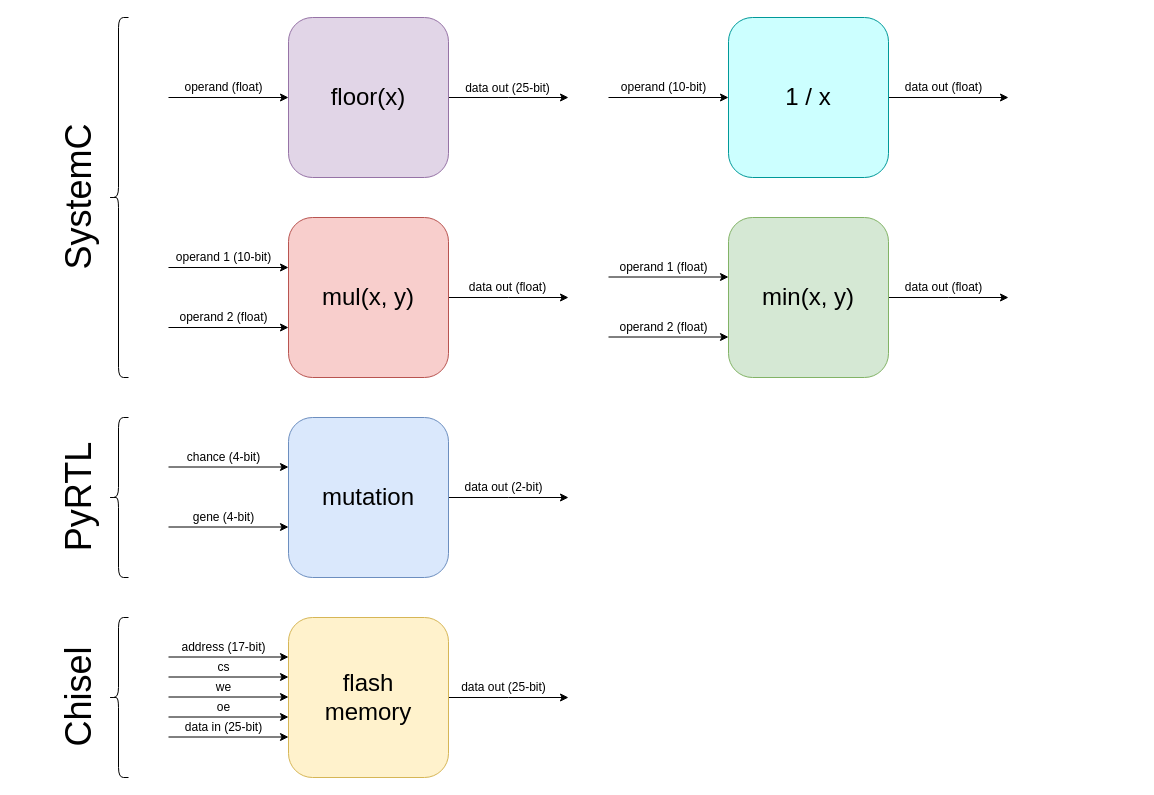
The draw.io diagram docs/diagrams/modules.drawio in ribbas/epidemic-sim, before the edit. Source tidied: cells renumbered, new cells numbered last; positions are measured from the earlier drawing's top-left corner, leaving out a move shared by most shapes. Both pictures are drawn from the tidied source at 100%, with x=0, y=0 at pixel (-2, 17).
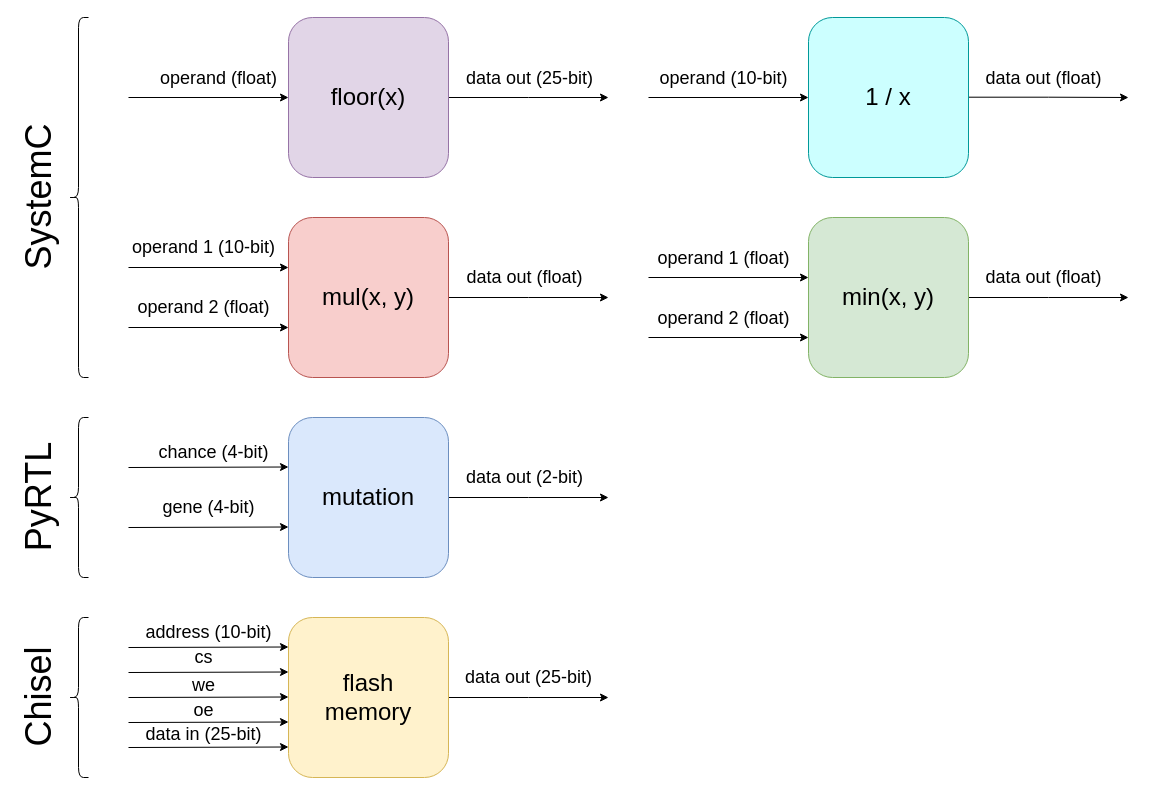
The same diagram, later.

Commit message (it also covers changes not shown here):
update module and data flow diagrams

The change refers to these unchanged cells:
```xml
<mxCell id="3" value="&lt;font style=&quot;font-size: 24px&quot;&gt;floor(x)&lt;/font&gt;" style="rounded=1;whiteSpace=wrap;html=1;fillColor=#e1d5e7;strokeColor=#9673a6;" parent="1" vertex="1">
  <mxGeometry x="290" width="160" height="160" as="geometry" />
</mxCell>
<mxCell id="8" value="&lt;font style=&quot;font-size: 24px&quot;&gt;mul(x, y)&lt;/font&gt;" style="rounded=1;whiteSpace=wrap;html=1;fillColor=#f8cecc;strokeColor=#b85450;" parent="1" vertex="1">
  <mxGeometry x="290" y="200" width="160" height="160" as="geometry" />
</mxCell>
<mxCell id="10" value="&lt;font style=&quot;font-size: 24px&quot;&gt;mutation&lt;/font&gt;" style="rounded=1;whiteSpace=wrap;html=1;fillColor=#dae8fc;strokeColor=#6c8ebf;" parent="1" vertex="1">
  <mxGeometry x="290" y="400" width="160" height="160" as="geometry" />
</mxCell>
<mxCell id="12" value="&lt;font&gt;&lt;font style=&quot;font-size: 24px&quot;&gt;flash&lt;br&gt;memory&lt;/font&gt;&lt;br&gt;&lt;/font&gt;" style="rounded=1;whiteSpace=wrap;html=1;fillColor=#fff2cc;strokeColor=#d6b656;" parent="1" vertex="1">
  <mxGeometry x="290" y="600" width="160" height="160" as="geometry" />
</mxCell>
```

Change to the diagram source:
```diff
@@
-    <mxCell id="2" style="edgeStyle=orthogonalEdgeStyle;rounded=0;jettySize=auto;html=1;exitX=1;exitY=0.5;exitDx=0;exitDy=0;" parent="1" edge="1" source="3">
+    <mxCell id="2" style="edgeStyle=orthogonalEdgeStyle;rounded=0;jettySize=auto;html=1;exitX=1;exitY=0.5;exitDx=0;exitDy=0;fontSize=18;" parent="1" edge="1" source="3">
       <mxGeometry relative="1" as="geometry">
-        <mxPoint x="570" y="80" as="targetPoint" />
+        <mxPoint x="610" y="80" as="targetPoint" />
       </mxGeometry>
     </mxCell>
@@
-    <mxCell id="4" style="edgeStyle=orthogonalEdgeStyle;rounded=0;orthogonalLoop=1;jettySize=auto;html=1;exitX=1;exitY=0.5;exitDx=0;exitDy=0;" parent="1" edge="1">
+    <mxCell id="4" style="edgeStyle=orthogonalEdgeStyle;rounded=0;orthogonalLoop=1;jettySize=auto;html=1;exitX=1;exitY=0.5;exitDx=0;exitDy=0;fontSize=18;" parent="1" edge="1">
       <mxGeometry relative="1" as="geometry">
-        <mxPoint x="890" y="80" as="sourcePoint" />
-        <mxPoint x="1010" y="80" as="targetPoint" />
+        <mxPoint x="970" y="79.7" as="sourcePoint" />
+        <mxPoint x="1130" y="80" as="targetPoint" />
+        <Array as="points">
+          <mxPoint x="1050" y="80" />
+          <mxPoint x="1130" y="80" />
+        </Array>
       </mxGeometry>
     </mxCell>
-    <mxCell id="5" style="edgeStyle=orthogonalEdgeStyle;rounded=0;jettySize=auto;html=1;exitX=1;exitY=0.5;exitDx=0;exitDy=0;" parent="1" edge="1" source="6">
+    <mxCell id="5" style="edgeStyle=orthogonalEdgeStyle;rounded=0;jettySize=auto;html=1;exitX=1;exitY=0.5;exitDx=0;exitDy=0;fontSize=18;" parent="1" edge="1" source="6">
       <mxGeometry relative="1" as="geometry">
-        <mxPoint x="1010" y="280" as="targetPoint" />
+        <mxPoint x="1130" y="280" as="targetPoint" />
       </mxGeometry>
     </mxCell>
     <mxCell id="6" value="&lt;font style=&quot;font-size: 24px&quot;&gt;min(x, y)&lt;/font&gt;" style="rounded=1;whiteSpace=wrap;html=1;fillColor=#d5e8d4;strokeColor=#82b366;" parent="1" vertex="1">
-      <mxGeometry x="730" y="200" width="160" height="160" as="geometry" />
+      <mxGeometry x="810" y="200" width="160" height="160" as="geometry" />
     </mxCell>
-    <mxCell id="7" style="edgeStyle=orthogonalEdgeStyle;rounded=0;jettySize=auto;html=1;exitX=1;exitY=0.5;exitDx=0;exitDy=0;" parent="1" edge="1" source="8">
+    <mxCell id="7" style="edgeStyle=orthogonalEdgeStyle;rounded=0;jettySize=auto;html=1;exitX=1;exitY=0.5;exitDx=0;exitDy=0;fontSize=18;" parent="1" edge="1" source="8">
       <mxGeometry relative="1" as="geometry">
-        <mxPoint x="570" y="280" as="targetPoint" />
+        <mxPoint x="610" y="280" as="targetPoint" />
       </mxGeometry>
     </mxCell>
@@
-    <mxCell id="9" style="edgeStyle=orthogonalEdgeStyle;rounded=0;jettySize=auto;html=1;exitX=1;exitY=0.5;exitDx=0;exitDy=0;" parent="1" edge="1" source="10">
+    <mxCell id="9" style="edgeStyle=orthogonalEdgeStyle;rounded=0;jettySize=auto;html=1;exitX=1;exitY=0.5;exitDx=0;exitDy=0;fontSize=18;" parent="1" edge="1" source="10">
       <mxGeometry relative="1" as="geometry">
-        <mxPoint x="570" y="480" as="targetPoint" />
+        <mxPoint x="610" y="480" as="targetPoint" />
       </mxGeometry>
     </mxCell>
@@
-    <mxCell id="11" style="edgeStyle=orthogonalEdgeStyle;rounded=0;jettySize=auto;html=1;exitX=1;exitY=0.5;exitDx=0;exitDy=0;" parent="1" edge="1" source="12">
+    <mxCell id="11" style="edgeStyle=orthogonalEdgeStyle;rounded=0;jettySize=auto;html=1;exitX=1;exitY=0.5;exitDx=0;exitDy=0;fontSize=18;" parent="1" edge="1" source="12">
       <mxGeometry relative="1" as="geometry">
-        <mxPoint x="570" y="680" as="targetPoint" />
+        <mxPoint x="610" y="680" as="targetPoint" />
       </mxGeometry>
     </mxCell>
@@
-    <mxCell id="13" style="endArrow=classic;html=1;entryX=0;entryY=0.5;entryDx=0;entryDy=0;" parent="1" edge="1" target="3">
+    <mxCell id="13" style="endArrow=classic;html=1;entryX=0;entryY=0.5;entryDx=0;entryDy=0;fontSize=18;" parent="1" edge="1" target="3">
       <mxGeometry relative="1" as="geometry">
-        <mxPoint x="170" y="80" as="sourcePoint" />
+        <mxPoint x="130" y="80" as="sourcePoint" />
       </mxGeometry>
     </mxCell>
-    <mxCell id="14" value="operand (float)" style="text;html=1;align=center;verticalAlign=middle;" parent="1" vertex="1">
-      <mxGeometry x="180" y="60" width="90" height="20" as="geometry" />
+    <mxCell id="14" value="operand (float)" style="text;html=1;align=center;verticalAlign=middle;fontSize=18;" parent="1" vertex="1">
+      <mxGeometry x="155" y="46" width="130" height="30" as="geometry" />
     </mxCell>
-    <mxCell id="15" value="data out (25-bit)" style="text;html=1;align=center;verticalAlign=middle;" parent="1" vertex="1">
-      <mxGeometry x="459" y="61" width="100" height="20" as="geometry" />
+    <mxCell id="15" value="data out (25-bit)" style="text;html=1;align=center;verticalAlign=middle;fontSize=18;" parent="1" vertex="1">
+      <mxGeometry x="461" y="46" width="140" height="30" as="geometry" />
     </mxCell>
-    <mxCell id="16" style="endArrow=classic;html=1;entryX=0;entryY=0.5;entryDx=0;entryDy=0;" parent="1" edge="1">
+    <mxCell id="16" style="endArrow=classic;html=1;entryX=0;entryY=0.5;entryDx=0;entryDy=0;fontSize=18;" parent="1" edge="1">
       <mxGeometry relative="1" as="geometry">
-        <mxPoint x="170" y="250" as="sourcePoint" />
+        <mxPoint x="130" y="250" as="sourcePoint" />
         <mxPoint x="290" y="250" as="targetPoint" />
       </mxGeometry>
     </mxCell>
-    <mxCell id="17" value="operand 1 (10-bit)" style="text;html=1;align=center;verticalAlign=middle;" parent="1" vertex="1">
-      <mxGeometry x="170" y="230" width="110" height="20" as="geometry" />
+    <mxCell id="17" value="operand 1 (10-bit)" style="text;html=1;align=center;verticalAlign=middle;fontSize=18;" parent="1" vertex="1">
+      <mxGeometry x="125" y="215" width="160" height="30" as="geometry" />
     </mxCell>
-    <mxCell id="18" style="endArrow=classic;html=1;entryX=0;entryY=0.5;entryDx=0;entryDy=0;" parent="1" edge="1">
+    <mxCell id="18" style="endArrow=classic;html=1;entryX=0;entryY=0.5;entryDx=0;entryDy=0;fontSize=18;" parent="1" edge="1">
       <mxGeometry relative="1" as="geometry">
-        <mxPoint x="170" y="310" as="sourcePoint" />
+        <mxPoint x="130" y="310" as="sourcePoint" />
         <mxPoint x="290" y="310" as="targetPoint" />
       </mxGeometry>
     </mxCell>
-    <mxCell id="19" value="operand 2 (float)" style="text;html=1;align=center;verticalAlign=middle;" parent="1" vertex="1">
-      <mxGeometry x="175" y="290" width="100" height="20" as="geometry" />
+    <mxCell id="19" value="operand 2 (float)" style="text;html=1;align=center;verticalAlign=middle;fontSize=18;" parent="1" vertex="1">
+      <mxGeometry x="130" y="275" width="150" height="30" as="geometry" />
     </mxCell>
-    <mxCell id="20" value="data out (float)" style="text;html=1;align=center;verticalAlign=middle;" parent="1" vertex="1">
-      <mxGeometry x="464" y="260" width="90" height="20" as="geometry" />
+    <mxCell id="20" value="data out (float)" style="text;html=1;align=center;verticalAlign=middle;fontSize=18;" parent="1" vertex="1">
+      <mxGeometry x="461" y="245" width="130" height="30" as="geometry" />
     </mxCell>
-    <mxCell id="21" style="endArrow=classic;html=1;entryX=0;entryY=0.5;entryDx=0;entryDy=0;" parent="1" edge="1">
+    <mxCell id="21" style="endArrow=classic;html=1;fontSize=18;" parent="1" edge="1">
       <mxGeometry relative="1" as="geometry">
-        <mxPoint x="610" y="259.5" as="sourcePoint" />
-        <mxPoint x="730" y="259.5" as="targetPoint" />
+        <mxPoint x="650" y="260" as="sourcePoint" />
+        <mxPoint x="810" y="260" as="targetPoint" />
       </mxGeometry>
     </mxCell>
-    <mxCell id="22" value="operand 1 (float)" style="text;html=1;align=center;verticalAlign=middle;" parent="1" vertex="1">
-      <mxGeometry x="615" y="239.5" width="100" height="20" as="geometry" />
+    <mxCell id="22" value="operand 1 (float)" style="text;html=1;align=center;verticalAlign=middle;fontSize=18;" parent="1" vertex="1">
+      <mxGeometry x="650" y="225.5" width="150" height="30" as="geometry" />
     </mxCell>
-    <mxCell id="23" style="endArrow=classic;html=1;entryX=0;entryY=0.5;entryDx=0;entryDy=0;" parent="1" edge="1">
+    <mxCell id="23" style="endArrow=classic;html=1;fontSize=18;" parent="1" edge="1">
       <mxGeometry relative="1" as="geometry">
-        <mxPoint x="610" y="319.5" as="sourcePoint" />
-        <mxPoint x="730" y="319.5" as="targetPoint" />
+        <mxPoint x="650" y="320" as="sourcePoint" />
+        <mxPoint x="810" y="320" as="targetPoint" />
       </mxGeometry>
     </mxCell>
-    <mxCell id="24" value="operand 2 (float)" style="text;html=1;align=center;verticalAlign=middle;" parent="1" vertex="1">
-      <mxGeometry x="615" y="299.5" width="100" height="20" as="geometry" />
+    <mxCell id="24" value="operand 2 (float)" style="text;html=1;align=center;verticalAlign=middle;fontSize=18;" parent="1" vertex="1">
+      <mxGeometry x="650" y="285.5" width="150" height="30" as="geometry" />
     </mxCell>
-    <mxCell id="25" style="endArrow=classic;html=1;entryX=0;entryY=0.5;entryDx=0;entryDy=0;" parent="1" edge="1">
+    <mxCell id="25" style="endArrow=classic;html=1;entryX=0;entryY=0.5;entryDx=0;entryDy=0;fontSize=18;" parent="1" edge="1" target="45">
       <mxGeometry relative="1" as="geometry">
-        <mxPoint x="610" y="80" as="sourcePoint" />
-        <mxPoint x="730" y="80" as="targetPoint" />
+        <mxPoint x="650" y="80" as="sourcePoint" />
       </mxGeometry>
     </mxCell>
-    <mxCell id="26" value="operand (10-bit)" style="text;html=1;align=center;verticalAlign=middle;" parent="1" vertex="1">
-      <mxGeometry x="615" y="60" width="100" height="20" as="geometry" />
+    <mxCell id="26" value="operand (10-bit)" style="text;html=1;align=center;verticalAlign=middle;fontSize=18;" parent="1" vertex="1">
+      <mxGeometry x="655" y="46" width="140" height="30" as="geometry" />
     </mxCell>
-    <mxCell id="27" value="data out (float)" style="text;html=1;align=center;verticalAlign=middle;" parent="1" vertex="1">
-      <mxGeometry x="900" y="60" width="90" height="20" as="geometry" />
+    <mxCell id="27" value="data out (float)" style="text;html=1;align=center;verticalAlign=middle;fontSize=18;" parent="1" vertex="1">
+      <mxGeometry x="980" y="46" width="130" height="30" as="geometry" />
     </mxCell>
-    <mxCell id="28" style="endArrow=classic;html=1;entryX=0;entryY=0.5;entryDx=0;entryDy=0;" parent="1" edge="1">
+    <mxCell id="28" style="endArrow=classic;html=1;entryX=0;entryY=0.5;entryDx=0;entryDy=0;fontSize=18;" parent="1" edge="1">
       <mxGeometry relative="1" as="geometry">
-        <mxPoint x="170" y="449.5" as="sourcePoint" />
+        <mxPoint x="130" y="450" as="sourcePoint" />
         <mxPoint x="290" y="449.5" as="targetPoint" />
       </mxGeometry>
     </mxCell>
-    <mxCell id="29" value="chance (4-bit)" style="text;html=1;align=center;verticalAlign=middle;" parent="1" vertex="1">
-      <mxGeometry x="180" y="429.5" width="90" height="20" as="geometry" />
+    <mxCell id="29" value="chance (4-bit)" style="text;html=1;align=center;verticalAlign=middle;fontSize=18;" parent="1" vertex="1">
+      <mxGeometry x="150" y="420" width="130" height="30" as="geometry" />
     </mxCell>
-    <mxCell id="30" style="endArrow=classic;html=1;entryX=0;entryY=0.5;entryDx=0;entryDy=0;" parent="1" edge="1">
+    <mxCell id="30" style="endArrow=classic;html=1;entryX=0;entryY=0.5;entryDx=0;entryDy=0;fontSize=18;" parent="1" edge="1">
       <mxGeometry relative="1" as="geometry">
-        <mxPoint x="170" y="509.5" as="sourcePoint" />
+        <mxPoint x="130" y="510" as="sourcePoint" />
         <mxPoint x="290" y="509.5" as="targetPoint" />
       </mxGeometry>
     </mxCell>
-    <mxCell id="31" value="gene (4-bit)" style="text;html=1;align=center;verticalAlign=middle;" parent="1" vertex="1">
-      <mxGeometry x="185" y="489.5" width="80" height="20" as="geometry" />
+    <mxCell id="31" value="gene (4-bit)" style="text;html=1;align=center;verticalAlign=middle;fontSize=18;" parent="1" vertex="1">
+      <mxGeometry x="155" y="475" width="110" height="30" as="geometry" />
     </mxCell>
-    <mxCell id="32" value="data out (2-bit)" style="text;html=1;align=center;verticalAlign=middle;" parent="1" vertex="1">
-      <mxGeometry x="460" y="460" width="90" height="20" as="geometry" />
+    <mxCell id="32" value="data out (2-bit)" style="text;html=1;align=center;verticalAlign=middle;fontSize=18;" parent="1" vertex="1">
+      <mxGeometry x="461" y="445" width="130" height="30" as="geometry" />
     </mxCell>
-    <mxCell id="33" style="endArrow=classic;html=1;entryX=0;entryY=0.5;entryDx=0;entryDy=0;" parent="1" edge="1">
+    <mxCell id="33" style="endArrow=classic;html=1;entryX=0;entryY=0.5;entryDx=0;entryDy=0;fontSize=18;" parent="1" edge="1">
       <mxGeometry relative="1" as="geometry">
-        <mxPoint x="170" y="639.5" as="sourcePoint" />
-        <mxPoint x="290" y="639.5" as="targetPoint" />
+        <mxPoint x="130" y="630" as="sourcePoint" />
+        <mxPoint x="290" y="629.5" as="targetPoint" />
       </mxGeometry>
     </mxCell>
-    <mxCell id="34" value="address (17-bit)" style="text;html=1;align=center;verticalAlign=middle;" parent="1" vertex="1">
-      <mxGeometry x="175" y="619.5" width="100" height="20" as="geometry" />
+    <mxCell id="34" value="address (10-bit)" style="text;html=1;align=center;verticalAlign=middle;fontSize=18;" parent="1" vertex="1">
+      <mxGeometry x="140" y="600" width="140" height="30" as="geometry" />
     </mxCell>
-    <mxCell id="35" style="endArrow=classic;html=1;entryX=0;entryY=0.5;entryDx=0;entryDy=0;" parent="1" edge="1">
+    <mxCell id="35" style="endArrow=classic;html=1;entryX=0;entryY=0.5;entryDx=0;entryDy=0;fontSize=18;" parent="1" edge="1">
       <mxGeometry relative="1" as="geometry">
-        <mxPoint x="170" y="659.5" as="sourcePoint" />
-        <mxPoint x="290" y="659.5" as="targetPoint" />
+        <mxPoint x="130" y="655" as="sourcePoint" />
+        <mxPoint x="290" y="654.5" as="targetPoint" />
       </mxGeometry>
     </mxCell>
-    <mxCell id="36" value="cs" style="text;html=1;align=center;verticalAlign=middle;" parent="1" vertex="1">
-      <mxGeometry x="210" y="639.5" width="30" height="20" as="geometry" />
+    <mxCell id="36" value="cs" style="text;html=1;align=center;verticalAlign=middle;fontSize=18;" parent="1" vertex="1">
+      <mxGeometry x="190" y="625" width="30" height="30" as="geometry" />
     </mxCell>
-    <mxCell id="37" style="endArrow=classic;html=1;entryX=0;entryY=0.5;entryDx=0;entryDy=0;" parent="1" edge="1">
+    <mxCell id="37" style="endArrow=classic;html=1;entryX=0;entryY=0.5;entryDx=0;entryDy=0;fontSize=18;" parent="1" edge="1">
       <mxGeometry relative="1" as="geometry">
-        <mxPoint x="170" y="679.5" as="sourcePoint" />
+        <mxPoint x="130" y="680" as="sourcePoint" />
         <mxPoint x="290" y="679.5" as="targetPoint" />
       </mxGeometry>
     </mxCell>
-    <mxCell id="38" value="we" style="text;html=1;align=center;verticalAlign=middle;" parent="1" vertex="1">
-      <mxGeometry x="210" y="659.5" width="30" height="20" as="geometry" />
+    <mxCell id="38" value="we" style="text;html=1;align=center;verticalAlign=middle;fontSize=18;" parent="1" vertex="1">
+      <mxGeometry x="185" y="653" width="40" height="30" as="geometry" />
     </mxCell>
-    <mxCell id="39" style="endArrow=classic;html=1;entryX=0;entryY=0.5;entryDx=0;entryDy=0;" parent="1" edge="1">
+    <mxCell id="39" style="endArrow=classic;html=1;entryX=0;entryY=0.5;entryDx=0;entryDy=0;fontSize=18;" parent="1" edge="1">
       <mxGeometry relative="1" as="geometry">
-        <mxPoint x="170" y="699.5" as="sourcePoint" />
-        <mxPoint x="290" y="699.5" as="targetPoint" />
+        <mxPoint x="130" y="705" as="sourcePoint" />
+        <mxPoint x="290" y="704.5" as="targetPoint" />
       </mxGeometry>
     </mxCell>
-    <mxCell id="40" value="oe" style="text;html=1;align=center;verticalAlign=middle;" parent="1" vertex="1">
-      <mxGeometry x="210" y="679.5" width="30" height="20" as="geometry" />
+    <mxCell id="40" value="oe" style="text;html=1;align=center;verticalAlign=middle;fontSize=18;" parent="1" vertex="1">
+      <mxGeometry x="185" y="677.5" width="40" height="30" as="geometry" />
     </mxCell>
-    <mxCell id="41" style="endArrow=classic;html=1;entryX=0;entryY=0.5;entryDx=0;entryDy=0;" parent="1" edge="1">
+    <mxCell id="41" style="endArrow=classic;html=1;entryX=0;entryY=0.5;entryDx=0;entryDy=0;fontSize=18;" parent="1" edge="1">
       <mxGeometry relative="1" as="geometry">
-        <mxPoint x="170" y="719.5" as="sourcePoint" />
-        <mxPoint x="290" y="719.5" as="targetPoint" />
+        <mxPoint x="130" y="730" as="sourcePoint" />
+        <mxPoint x="290" y="729.5" as="targetPoint" />
       </mxGeometry>
     </mxCell>
-    <mxCell id="42" value="data in (25-bit)" style="text;html=1;align=center;verticalAlign=middle;" parent="1" vertex="1">
-      <mxGeometry x="180" y="699.5" width="90" height="20" as="geometry" />
+    <mxCell id="42" value="data in (25-bit)" style="text;html=1;align=center;verticalAlign=middle;fontSize=18;" parent="1" vertex="1">
+      <mxGeometry x="140" y="702" width="130" height="30" as="geometry" />
     </mxCell>
-    <mxCell id="43" value="data out (25-bit)" style="text;html=1;align=center;verticalAlign=middle;" parent="1" vertex="1">
-      <mxGeometry x="455" y="659.5" width="100" height="20" as="geometry" />
+    <mxCell id="43" value="data out (25-bit)" style="text;html=1;align=center;verticalAlign=middle;fontSize=18;" parent="1" vertex="1">
+      <mxGeometry x="460" y="644.5" width="140" height="30" as="geometry" />
     </mxCell>
-    <mxCell id="44" value="data out (float)" style="text;html=1;align=center;verticalAlign=middle;" parent="1" vertex="1">
-      <mxGeometry x="900" y="259.5" width="90" height="20" as="geometry" />
+    <mxCell id="44" value="data out (float)" style="text;html=1;align=center;verticalAlign=middle;fontSize=18;" parent="1" vertex="1">
+      <mxGeometry x="980" y="245" width="130" height="30" as="geometry" />
     </mxCell>
     <mxCell id="45" value="&lt;font style=&quot;font-size: 24px&quot;&gt;1 / x&lt;/font&gt;" style="rounded=1;whiteSpace=wrap;html=1;fillColor=#CCFFFF;strokeColor=#009999;" parent="1" vertex="1">
-      <mxGeometry x="730" width="160" height="160" as="geometry" />
+      <mxGeometry x="810" width="160" height="160" as="geometry" />
     </mxCell>
     <mxCell id="46" style="shape=curlyBracket;whiteSpace=wrap;html=1;rounded=1;" parent="1" vertex="1">
-      <mxGeometry x="110" width="20" height="360" as="geometry" />
+      <mxGeometry x="70" width="20" height="360" as="geometry" />
     </mxCell>
     <mxCell id="47" value="&lt;span style=&quot;font-size: 36px&quot;&gt;SystemC&lt;/span&gt;" style="text;html=1;align=center;verticalAlign=middle;rotation=-90;" parent="1" vertex="1">
-      <mxGeometry y="165" width="160" height="30" as="geometry" />
+      <mxGeometry x="-40" y="165" width="160" height="30" as="geometry" />
     </mxCell>
     <mxCell id="48" style="shape=curlyBracket;whiteSpace=wrap;html=1;rounded=1;" parent="1" vertex="1">
-      <mxGeometry x="110" y="400" width="20" height="160" as="geometry" />
+      <mxGeometry x="70" y="400" width="20" height="160" as="geometry" />
     </mxCell>
     <mxCell id="49" value="&lt;span style=&quot;font-size: 36px&quot;&gt;PyRTL&lt;/span&gt;" style="text;html=1;align=center;verticalAlign=middle;rotation=-90;" parent="1" vertex="1">
-      <mxGeometry x="20" y="465" width="120" height="30" as="geometry" />
+      <mxGeometry x="-20" y="465" width="120" height="30" as="geometry" />
     </mxCell>
     <mxCell id="50" style="shape=curlyBracket;whiteSpace=wrap;html=1;rounded=1;" parent="1" vertex="1">
-      <mxGeometry x="110" y="600" width="20" height="160" as="geometry" />
+      <mxGeometry x="70" y="600" width="20" height="160" as="geometry" />
     </mxCell>
     <mxCell id="51" value="&lt;span style=&quot;font-size: 36px&quot;&gt;Chisel&lt;/span&gt;" style="text;html=1;align=center;verticalAlign=middle;rotation=-90;" parent="1" vertex="1">
-      <mxGeometry x="20" y="665" width="120" height="30" as="geometry" />
+      <mxGeometry x="-20" y="665" width="120" height="30" as="geometry" />
     </mxCell>
```
